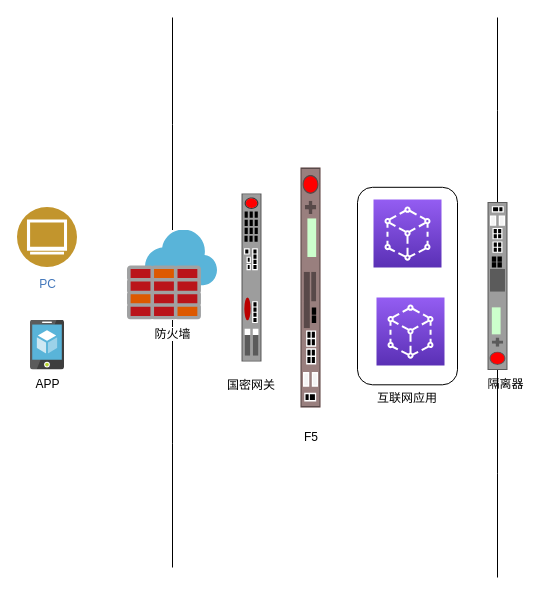
This is page "逻辑架构" (1 of 3) of uapp.drawio from jiajw0426/docsify, a draw.io file, before an edit. Source tidied: cells renumbered, new cells numbered last; positions are measured from the earlier drawing's top-left corner, leaving out a move shared by most shapes. Both pictures are drawn from the tidied source at 100%, with x=0, y=0 at pixel (17, 17).
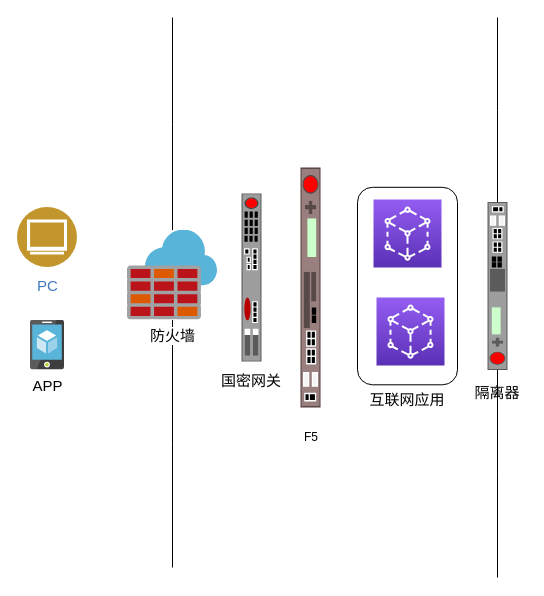
The same diagram, later.

The edit, as a diff of the source:
```diff
@@
+    <mxCell id="11" style="strokeColor=#666666;html=1;labelPosition=center;align=center;spacingLeft=15;shadow=0;dashed=0;outlineConnect=0;shape=mxgraph.rack.f5.em_4000;verticalLabelPosition=bottom;verticalAlign=top;direction=south;" parent="1" vertex="1">
+      <mxGeometry x="470" y="184.5" width="20" height="168" as="geometry" />
+    </mxCell>
@@
-    <mxCell id="3" value="PC" style="perimeter=ellipsePerimeter;html=1;align=center;shadow=0;dashed=0;fontColor=#4277BB;labelBackgroundColor=#ffffff;fontSize=12;spacingTop=3;image;image=img/lib/ibm/users/browser.svg;" parent="1" vertex="1">
+    <mxCell id="3" value="&lt;font style=&quot;font-size: 15px;&quot;&gt;PC&lt;/font&gt;" style="perimeter=ellipsePerimeter;html=1;align=center;shadow=0;dashed=0;fontColor=#4277BB;labelBackgroundColor=#ffffff;fontSize=12;spacingTop=3;image;image=img/lib/ibm/users/browser.svg;" parent="1" vertex="1">
       <mxGeometry y="190" width="60" height="60" as="geometry" />
     </mxCell>
-    <mxCell id="4" value="APP" style="sketch=0;html=1;align=center;image;fontSize=12;image=img/lib/mscae/App_Service_Mobile_App.svg;" parent="1" vertex="1">
+    <mxCell id="4" value="&lt;font style=&quot;font-size: 15px;&quot;&gt;APP&lt;/font&gt;" style="sketch=0;html=1;align=center;image;fontSize=12;image=img/lib/mscae/App_Service_Mobile_App.svg;" parent="1" vertex="1">
       <mxGeometry x="13" y="302.5" width="34" height="50" as="geometry" />
     </mxCell>
@@
-    <mxCell id="7" value="防火墙" style="sketch=0;html=1;points=[];align=center;image;fontSize=12;image=img/lib/mscae/Azure_Firewall.svg;" parent="1" vertex="1">
+    <mxCell id="7" value="&lt;font style=&quot;font-size: 15px;&quot;&gt;防火墙&lt;/font&gt;" style="sketch=0;html=1;points=[];align=center;image;fontSize=12;image=img/lib/mscae/Azure_Firewall.svg;" parent="1" vertex="1">
       <mxGeometry x="110" y="212.5" width="90" height="90" as="geometry" />
     </mxCell>
@@
-    <mxCell id="11" value="隔离器" style="strokeColor=#666666;html=1;labelPosition=center;align=center;spacingLeft=15;shadow=0;dashed=0;outlineConnect=0;shape=mxgraph.rack.f5.em_4000;verticalLabelPosition=bottom;verticalAlign=top;direction=south;" parent="1" vertex="1">
-      <mxGeometry x="470" y="184.5" width="20" height="168" as="geometry" />
-    </mxCell>
-    <mxCell id="12" value="互联网应用" style="rounded=1;whiteSpace=wrap;html=1;labelPosition=center;verticalLabelPosition=bottom;align=center;verticalAlign=top;" parent="1" vertex="1">
+    <mxCell id="12" value="互联网应用" style="rounded=1;whiteSpace=wrap;html=1;labelPosition=center;verticalLabelPosition=bottom;align=center;verticalAlign=top;fontSize=15;labelBackgroundColor=none;" parent="1" vertex="1">
       <mxGeometry x="340" y="169.8" width="100" height="197.5" as="geometry" />
     </mxCell>
-    <mxCell id="13" value="国密网关" style="text;html=1;strokeColor=none;fillColor=none;align=center;verticalAlign=middle;whiteSpace=wrap;rounded=0;" parent="1" vertex="1">
-      <mxGeometry x="204" y="353" width="60" height="30" as="geometry" />
+    <mxCell id="13" value="国密网关" style="text;html=1;strokeColor=none;fillColor=none;align=center;verticalAlign=middle;whiteSpace=wrap;rounded=0;fontSize=15;" parent="1" vertex="1">
+      <mxGeometry x="197" y="348" width="74" height="30" as="geometry" />
     </mxCell>
@@
+    <mxCell id="17" value="隔离器" style="text;html=1;strokeColor=none;fillColor=none;align=center;verticalAlign=middle;whiteSpace=wrap;rounded=0;fontSize=15;" parent="1" vertex="1">
+      <mxGeometry x="450" y="360" width="60" height="30" as="geometry" />
+    </mxCell>
```
